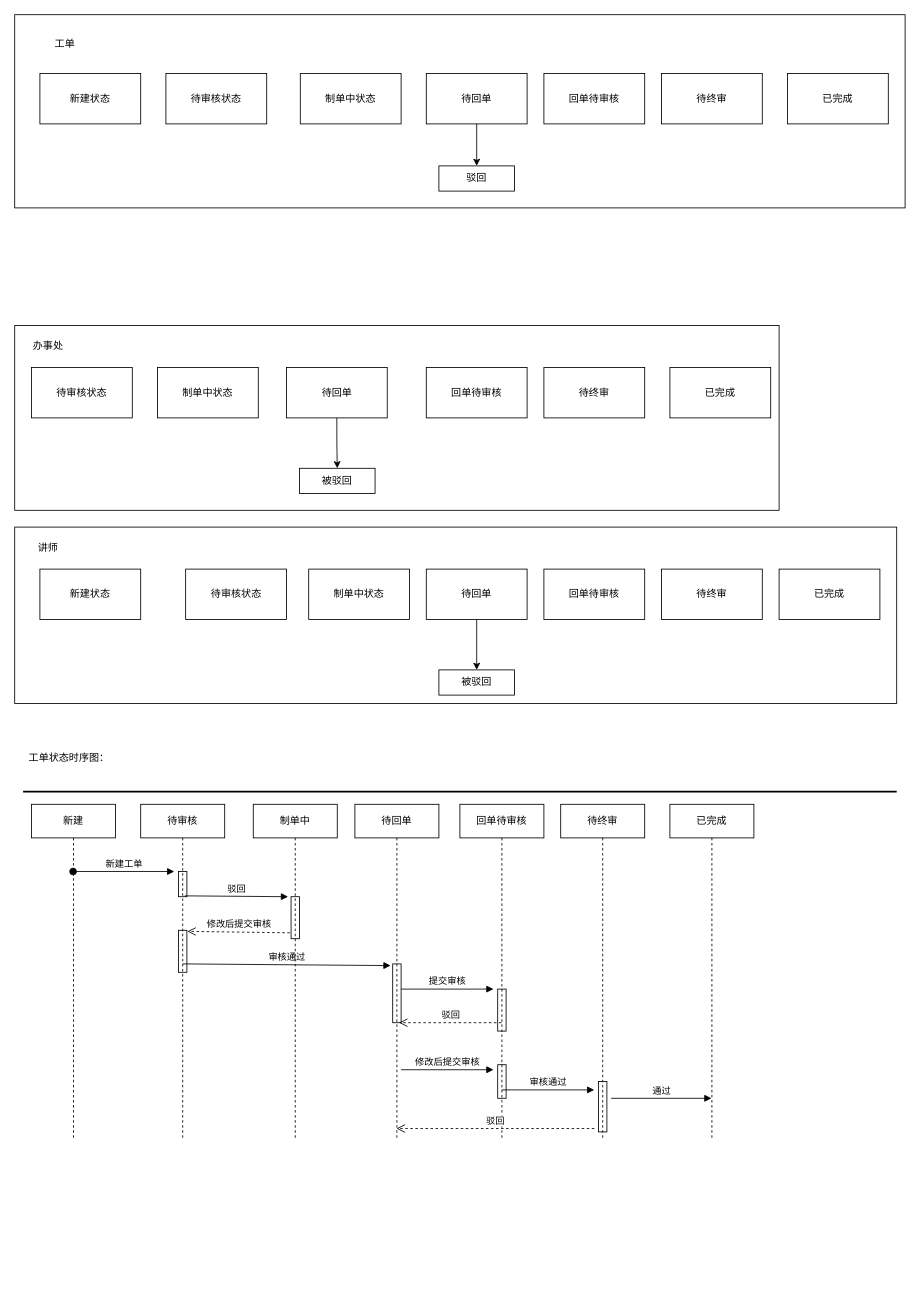
Earlier version of the draw.io diagram lecturerService.drawio (NgChiKin/diagrams-uml). Source tidied: cells renumbered, new cells numbered last; positions are measured from the earlier drawing's top-left corner, leaving out a move shared by most shapes. Both pictures are drawn from the tidied source at 84%, with x=0, y=0 at pixel (14, 14).
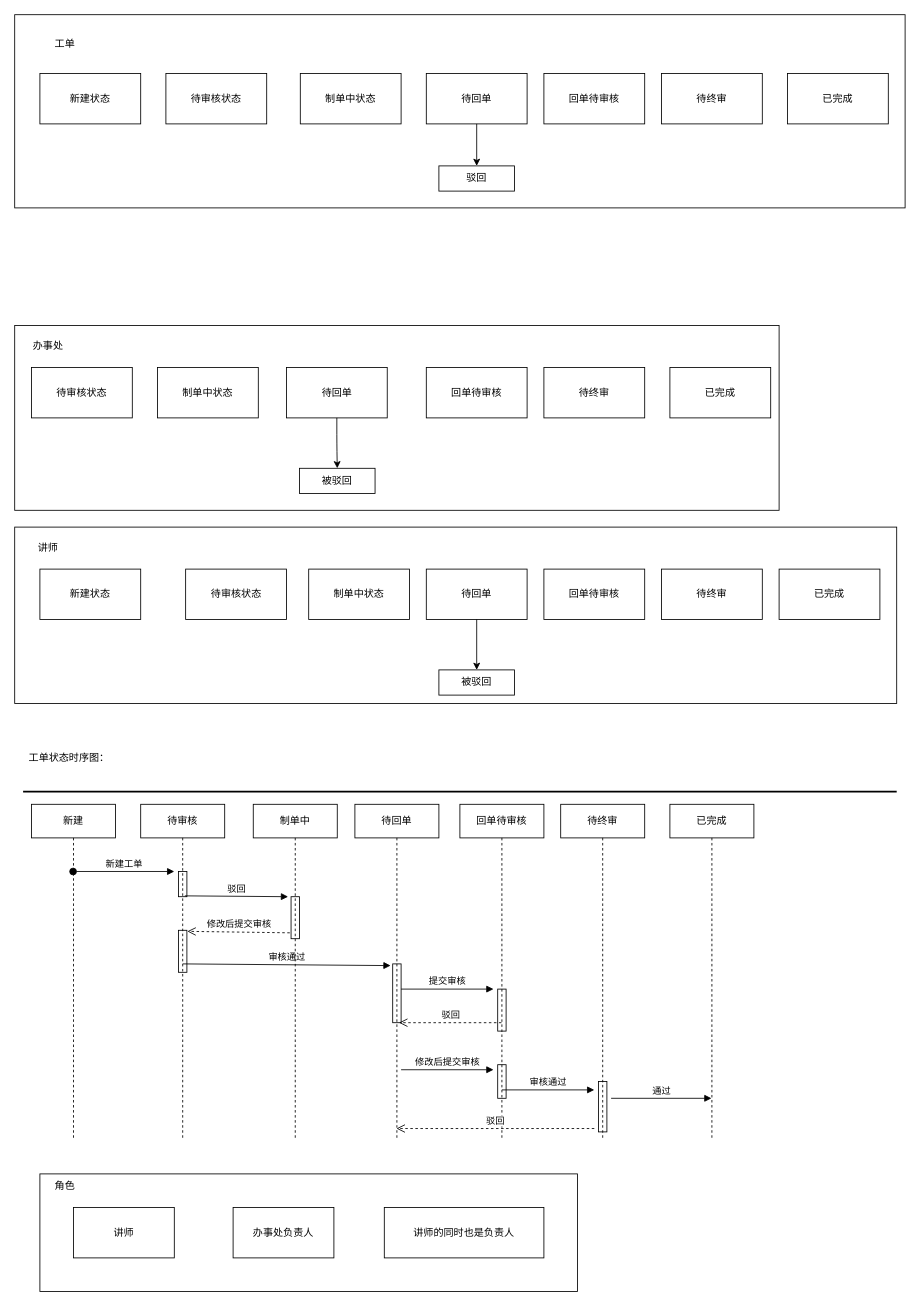
The same page after the edit.

Change to the diagram source:
```diff
@@
+    <mxCell id="60" style="rounded=0;whiteSpace=wrap;html=1;fillColor=none;" parent="1" vertex="1">
+      <mxGeometry x="30" y="1380" width="640" height="140" as="geometry" />
+    </mxCell>
+    <mxCell id="61" value="角色" style="text;html=1;strokeColor=none;fillColor=none;align=center;verticalAlign=middle;whiteSpace=wrap;rounded=0;" parent="1" vertex="1">
+      <mxGeometry x="30" y="1380" width="60" height="30" as="geometry" />
+    </mxCell>
+    <mxCell id="62" value="讲师" style="rounded=0;whiteSpace=wrap;html=1;fillColor=none;" parent="1" vertex="1">
+      <mxGeometry x="70" y="1420" width="120" height="60" as="geometry" />
+    </mxCell>
+    <mxCell id="63" value="办事处负责人" style="rounded=0;whiteSpace=wrap;html=1;fillColor=none;" parent="1" vertex="1">
+      <mxGeometry x="260" y="1420" width="120" height="60" as="geometry" />
+    </mxCell>
+    <mxCell id="64" value="讲师的同时也是负责人" style="rounded=0;whiteSpace=wrap;html=1;fillColor=none;" parent="1" vertex="1">
+      <mxGeometry x="440" y="1420" width="190" height="60" as="geometry" />
+    </mxCell>
```
